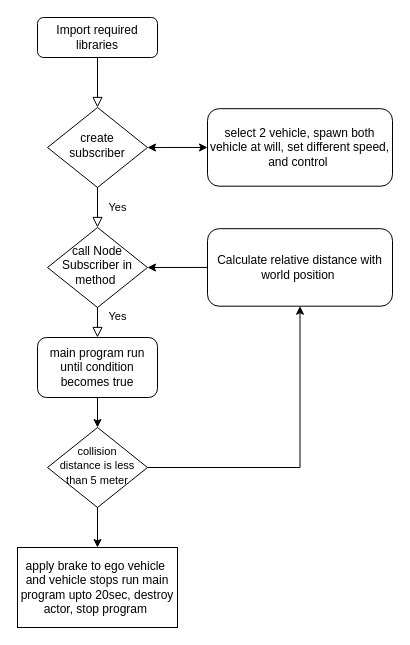
The draw.io diagram Untitled Diagram.drawio in bapukokare/assignment, before the edit. Source tidied: cells renumbered, new cells numbered last; positions are measured from the earlier drawing's top-left corner, leaving out a move shared by most shapes. Both pictures are drawn from the tidied source at 100%, with x=0, y=0 at pixel (17, 17).
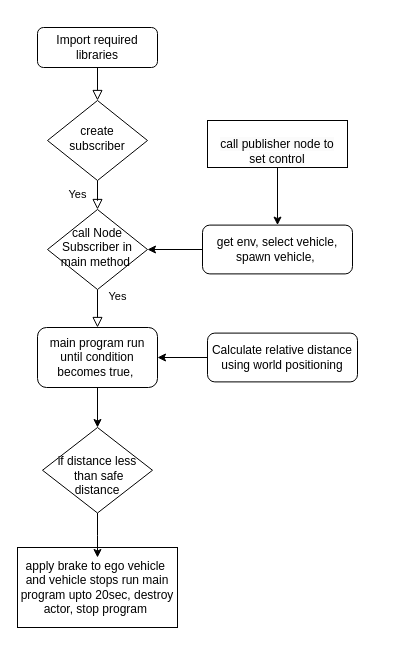
The same page after the edit.

The change refers to these unchanged cells:
```xml
<mxCell id="17" value="apply brake to ego vehicle&amp;nbsp; and vehicle stops run main program upto 20sec, destroy actor, stop program&amp;nbsp;" style="rounded=0;whiteSpace=wrap;html=1;" parent="1" vertex="1">
  <mxGeometry y="530" width="160" height="80" as="geometry" />
</mxCell>
```

Change to the diagram source:
```diff
@@
     <mxCell id="3" value="Import required libraries" style="rounded=1;whiteSpace=wrap;html=1;fontSize=12;glass=0;strokeWidth=1;shadow=0;" parent="1" vertex="1">
-      <mxGeometry x="20" width="120" height="40" as="geometry" />
+      <mxGeometry x="20" y="10" width="120" height="40" as="geometry" />
     </mxCell>
@@
     <mxCell id="5" value="create subscriber" style="rhombus;whiteSpace=wrap;html=1;shadow=0;fontFamily=Helvetica;fontSize=12;align=center;strokeWidth=1;spacing=6;spacingTop=-4;" parent="1" vertex="1">
-      <mxGeometry x="30" y="90" width="100" height="80" as="geometry" />
+      <mxGeometry x="30" y="83" width="100" height="80" as="geometry" />
     </mxCell>
-    <mxCell id="6" value="select 2 vehicle, spawn both vehicle at will, set different speed, and control&amp;nbsp;" style="rounded=1;whiteSpace=wrap;html=1;fontSize=12;glass=0;strokeWidth=1;shadow=0;" parent="1" vertex="1">
-      <mxGeometry x="190" y="91.2" width="185" height="77.5" as="geometry" />
-    </mxCell>
@@
-    <mxCell id="8" value="call Node Subscriber in method&amp;nbsp;" style="rhombus;whiteSpace=wrap;html=1;shadow=0;fontFamily=Helvetica;fontSize=12;align=center;strokeWidth=1;spacing=6;spacingTop=-4;" parent="1" vertex="1">
-      <mxGeometry x="30" y="210" width="100" height="80" as="geometry" />
+    <mxCell id="8" value="call Node Subscriber in main method&amp;nbsp;" style="rhombus;whiteSpace=wrap;html=1;shadow=0;fontFamily=Helvetica;fontSize=12;align=center;strokeWidth=1;spacing=6;spacingTop=-4;" parent="1" vertex="1">
+      <mxGeometry x="30" y="192" width="100" height="80" as="geometry" />
     </mxCell>
+    <mxCell id="18" style="edgeStyle=orthogonalEdgeStyle;rounded=0;jettySize=auto;html=1;entryX=1;entryY=0.5;entryDx=0;entryDy=0;" parent="1" edge="1" source="9" target="16">
+      <mxGeometry relative="1" as="geometry" />
+    </mxCell>
-    <mxCell id="9" value="Calculate relative distance with world position&amp;nbsp;" style="rounded=1;whiteSpace=wrap;html=1;fontSize=12;glass=0;strokeWidth=1;shadow=0;" parent="1" vertex="1">
-      <mxGeometry x="190" y="211.2" width="185" height="77.5" as="geometry" />
+    <mxCell id="9" value="Calculate relative distance using world positioning" style="rounded=1;whiteSpace=wrap;html=1;fontSize=12;glass=0;strokeWidth=1;shadow=0;" parent="1" vertex="1">
+      <mxGeometry x="190" y="315.6" width="150" height="48.8" as="geometry" />
     </mxCell>
-    <mxCell id="10" style="endArrow=classic;startArrow=classic;html=1;rounded=0;exitX=1;exitY=0.5;exitDx=0;exitDy=0;entryX=0;entryY=0.5;entryDx=0;entryDy=0;" parent="1" edge="1" source="5" target="6">
-      <mxGeometry relative="1" as="geometry" />
-    </mxCell>
-    <mxCell id="11" style="endArrow=classic;html=1;rounded=0;exitX=0;exitY=0.5;exitDx=0;exitDy=0;entryX=1;entryY=0.5;entryDx=0;entryDy=0;" parent="1" edge="1" source="9" target="8">
-      <mxGeometry relative="1" as="geometry" />
-    </mxCell>
-    <mxCell id="12" style="endArrow=classic;html=1;rounded=0;exitX=0.5;exitY=1;exitDx=0;exitDy=0;" parent="1" edge="1" source="16">
-      <mxGeometry relative="1" as="geometry">
-        <mxPoint x="80" y="410" as="targetPoint" />
-      </mxGeometry>
-    </mxCell>
-    <mxCell id="13" style="edgeStyle=orthogonalEdgeStyle;rounded=0;jettySize=auto;html=1;exitX=0.5;exitY=1;exitDx=0;exitDy=0;" parent="1" edge="1" source="15" target="17">
-      <mxGeometry relative="1" as="geometry" />
-    </mxCell>
-    <mxCell id="14" style="edgeStyle=orthogonalEdgeStyle;rounded=0;jettySize=auto;html=1;exitX=1;exitY=0.5;exitDx=0;exitDy=0;entryX=0.5;entryY=1;entryDx=0;entryDy=0;" parent="1" edge="1" source="15" target="9">
-      <mxGeometry relative="1" as="geometry" />
-    </mxCell>
-    <mxCell id="15" value="&lt;font style=&quot;font-size: 11px;&quot;&gt;collision &lt;br&gt;distance is less than 5 meter&lt;/font&gt;" style="rhombus;whiteSpace=wrap;html=1;shadow=0;fontFamily=Helvetica;fontSize=12;align=center;strokeWidth=1;spacing=6;spacingTop=-4;" parent="1" vertex="1">
-      <mxGeometry x="30" y="410" width="100" height="80" as="geometry" />
-    </mxCell>
+    <mxCell id="19" style="edgeStyle=orthogonalEdgeStyle;rounded=0;jettySize=auto;html=1;entryX=0.5;entryY=0;entryDx=0;entryDy=0;" parent="1" edge="1" source="16" target="21">
+      <mxGeometry relative="1" as="geometry" />
+    </mxCell>
-    <mxCell id="16" value="main program run until condition becomes true" style="rounded=1;whiteSpace=wrap;html=1;" parent="1" vertex="1">
-      <mxGeometry x="20" y="320" width="120" height="60" as="geometry" />
+    <mxCell id="16" value="main program run until condition becomes true,&amp;nbsp;" style="rounded=1;whiteSpace=wrap;html=1;" parent="1" vertex="1">
+      <mxGeometry x="20" y="310" width="120" height="60" as="geometry" />
     </mxCell>
@@
+    <mxCell id="20" style="edgeStyle=orthogonalEdgeStyle;rounded=0;jettySize=auto;html=1;exitX=0.5;exitY=1;exitDx=0;exitDy=0;entryX=0.5;entryY=0;entryDx=0;entryDy=0;" parent="1" edge="1" source="21">
+      <mxGeometry relative="1" as="geometry">
+        <mxPoint x="80" y="540" as="targetPoint" />
+      </mxGeometry>
+    </mxCell>
+    <mxCell id="21" value="&lt;br&gt;if distance less&lt;br&gt;&amp;nbsp;than safe &lt;br&gt;distance" style="rhombus;whiteSpace=wrap;html=1;shadow=0;fontFamily=Helvetica;fontSize=12;align=center;strokeWidth=1;spacing=6;spacingTop=-4;" parent="1" vertex="1">
+      <mxGeometry x="25" y="410" width="110" height="85.5" as="geometry" />
+    </mxCell>
+    <mxCell id="22" style="edgeStyle=orthogonalEdgeStyle;rounded=0;jettySize=auto;html=1;entryX=0.5;entryY=0;entryDx=0;entryDy=0;exitX=0.5;exitY=1;exitDx=0;exitDy=0;" parent="1" edge="1" source="25" target="24">
+      <mxGeometry relative="1" as="geometry" />
+    </mxCell>
+    <mxCell id="23" style="edgeStyle=orthogonalEdgeStyle;rounded=0;jettySize=auto;html=1;entryX=1;entryY=0.5;entryDx=0;entryDy=0;" parent="1" edge="1" source="24" target="8">
+      <mxGeometry relative="1" as="geometry" />
+    </mxCell>
+    <mxCell id="24" value="get env, select vehicle, spawn vehicle,&amp;nbsp;" style="rounded=1;whiteSpace=wrap;html=1;fontSize=12;glass=0;strokeWidth=1;shadow=0;" parent="1" vertex="1">
+      <mxGeometry x="185" y="207.6" width="150" height="48.8" as="geometry" />
+    </mxCell>
+    <mxCell id="25" value="&lt;br&gt;&lt;span style=&quot;color: rgb(0, 0, 0); font-family: Helvetica; font-size: 12px; font-style: normal; font-variant-ligatures: normal; font-variant-caps: normal; font-weight: 400; letter-spacing: normal; orphans: 2; text-align: center; text-indent: 0px; text-transform: none; widows: 2; word-spacing: 0px; -webkit-text-stroke-width: 0px; background-color: rgb(251, 251, 251); text-decoration-thickness: initial; text-decoration-style: initial; text-decoration-color: initial; float: none; display: inline !important;&quot;&gt;call&amp;nbsp;&lt;/span&gt;&lt;span style=&quot;color: rgb(0, 0, 0); font-family: Helvetica; font-size: 12px; font-style: normal; font-variant-ligatures: normal; font-variant-caps: normal; font-weight: 400; letter-spacing: normal; orphans: 2; text-align: center; text-indent: 0px; text-transform: none; widows: 2; word-spacing: 0px; -webkit-text-stroke-width: 0px; background-color: rgb(251, 251, 251); text-decoration-thickness: initial; text-decoration-style: initial; text-decoration-color: initial; float: none; display: inline !important;&quot;&gt;publisher&amp;nbsp;&lt;/span&gt;&lt;span style=&quot;color: rgb(0, 0, 0); font-family: Helvetica; font-size: 12px; font-style: normal; font-variant-ligatures: normal; font-variant-caps: normal; font-weight: 400; letter-spacing: normal; orphans: 2; text-align: center; text-indent: 0px; text-transform: none; widows: 2; word-spacing: 0px; -webkit-text-stroke-width: 0px; background-color: rgb(251, 251, 251); text-decoration-thickness: initial; text-decoration-style: initial; text-decoration-color: initial; float: none; display: inline !important;&quot;&gt;node to&lt;/span&gt;&lt;br style=&quot;border-color: var(--border-color); color: rgb(0, 0, 0); font-family: Helvetica; font-size: 12px; font-style: normal; font-variant-ligatures: normal; font-variant-caps: normal; font-weight: 400; letter-spacing: normal; orphans: 2; text-align: center; text-indent: 0px; text-transform: none; widows: 2; word-spacing: 0px; -webkit-text-stroke-width: 0px; background-color: rgb(251, 251, 251); text-decoration-thickness: initial; text-decoration-style: initial; text-decoration-color: initial;&quot;&gt;&lt;span style=&quot;color: rgb(0, 0, 0); font-family: Helvetica; font-size: 12px; font-style: normal; font-variant-ligatures: normal; font-variant-caps: normal; font-weight: 400; letter-spacing: normal; orphans: 2; text-align: center; text-indent: 0px; text-transform: none; widows: 2; word-spacing: 0px; -webkit-text-stroke-width: 0px; background-color: rgb(251, 251, 251); text-decoration-thickness: initial; text-decoration-style: initial; text-decoration-color: initial; float: none; display: inline !important;&quot;&gt;set control&lt;/span&gt;&lt;br&gt;" style="rounded=0;whiteSpace=wrap;html=1;" parent="1" vertex="1">
+      <mxGeometry x="190" y="103" width="140" height="47" as="geometry" />
+    </mxCell>
```
